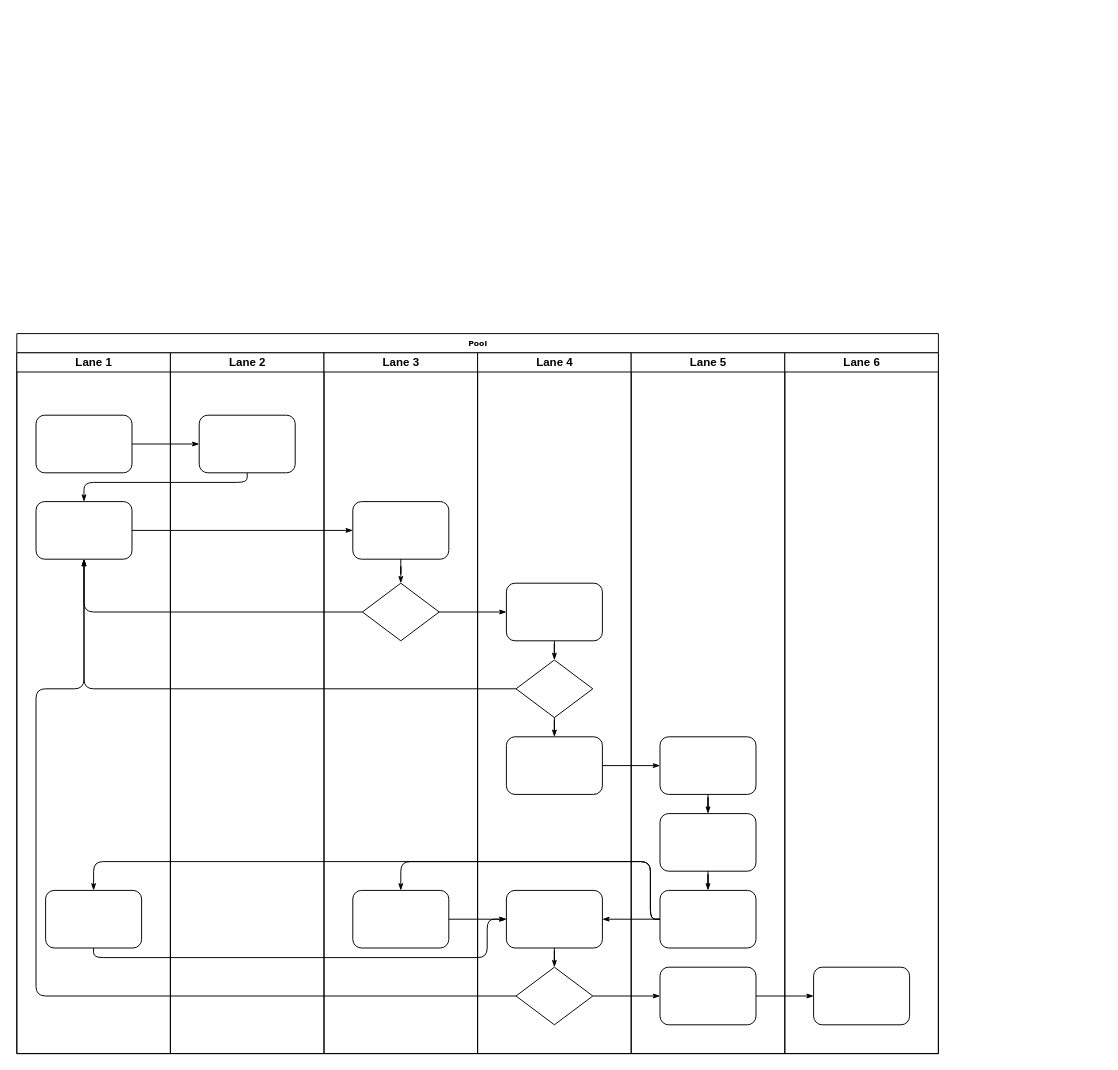
Dsky149/htmlAndCSS keeps this draw.io diagram as .idea/未命名绘图.drawio. Above is the earlier version. Source tidied: cells renumbered, new cells numbered last; positions are measured from the earlier drawing's top-left corner, leaving out a move shared by most shapes. Both pictures are drawn from the tidied source at 96%, with x=0, y=0 at pixel (16, 333).
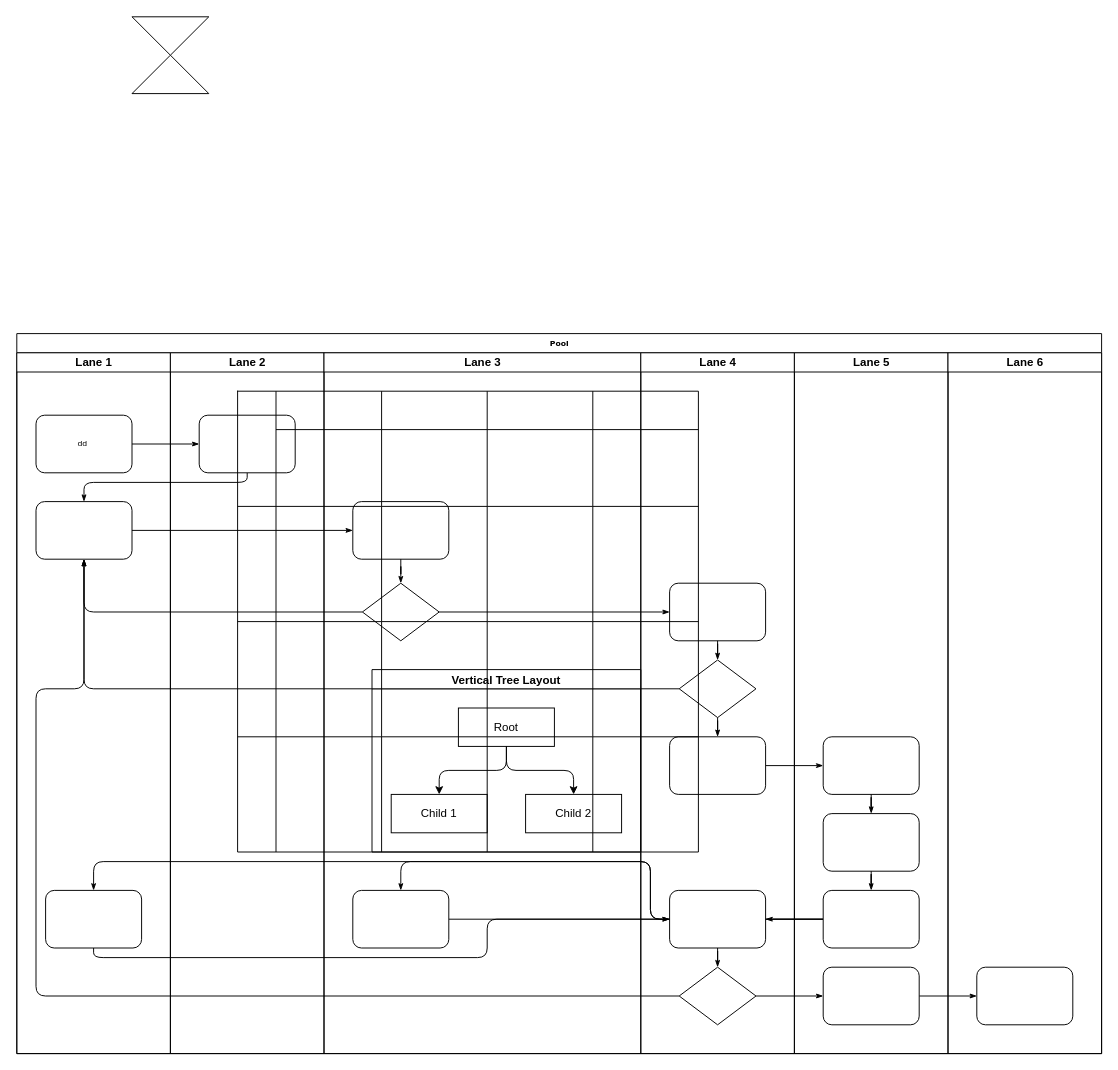
After the change.

Commit message:
更新未命名绘图.drawio

Unchanged cells that the change refers to:
```xml
<mxCell id="3" value="Lane 1" style="swimlane;html=1;startSize=20;" parent="2" vertex="1">
  <mxGeometry y="20" width="160" height="730" as="geometry" />
</mxCell>
```

Change to the diagram source:
```diff
@@
     <mxCell id="2" value="Pool" style="swimlane;html=1;startSize=20;rounded=0;shadow=0;labelBackgroundColor=none;strokeWidth=1;fontFamily=Verdana;fontSize=8;align=center;" parent="1" vertex="1">
-      <mxGeometry width="960" height="750" as="geometry" />
+      <mxGeometry width="1130" height="750" as="geometry" />
     </mxCell>
@@
-    <mxCell id="4" style="rounded=1;whiteSpace=wrap;html=1;shadow=0;labelBackgroundColor=none;strokeWidth=1;fontFamily=Verdana;fontSize=8;align=center;" parent="3" vertex="1">
+    <mxCell id="4" value="dd&amp;nbsp;" style="rounded=1;whiteSpace=wrap;html=1;shadow=0;labelBackgroundColor=none;strokeWidth=1;fontFamily=Verdana;fontSize=8;align=center;" parent="3" vertex="1">
       <mxGeometry x="20" y="65" width="100" height="60" as="geometry" />
     </mxCell>
@@
     <mxCell id="24" value="Lane 3" style="swimlane;html=1;startSize=20;" parent="2" vertex="1">
-      <mxGeometry x="320" y="20" width="160" height="730" as="geometry" />
+      <mxGeometry x="320" y="20" width="330" height="730" as="geometry" />
     </mxCell>
@@
+    <mxCell id="47" value="Vertical Tree Layout" style="swimlane;startSize=20;horizontal=1;horizontalTree=0;containerType=tree;fontSize=12;" parent="24" vertex="1">
+      <mxGeometry x="50" y="330" width="280" height="190" as="geometry" />
+    </mxCell>
+    <mxCell id="48" value="Root" style="whiteSpace=wrap;html=1;" parent="47" vertex="1">
+      <mxGeometry x="90" y="40" width="100" height="40" as="geometry" />
+    </mxCell>
+    <mxCell id="49" value="Child 1" style="whiteSpace=wrap;html=1;" parent="47" vertex="1">
+      <mxGeometry x="20" y="130" width="100" height="40" as="geometry" />
+    </mxCell>
+    <mxCell id="50" style="edgeStyle=elbowEdgeStyle;elbow=vertical;html=1;rounded=1;curved=0;sourcePerimeterSpacing=0;targetPerimeterSpacing=0;startSize=6;endSize=6;" parent="47" edge="1" source="48" target="49">
+      <mxGeometry relative="1" as="geometry" />
+    </mxCell>
+    <mxCell id="51" value="Child 2" style="whiteSpace=wrap;html=1;" parent="47" vertex="1">
+      <mxGeometry x="160" y="130" width="100" height="40" as="geometry" />
+    </mxCell>
+    <mxCell id="52" style="edgeStyle=elbowEdgeStyle;elbow=vertical;html=1;rounded=1;curved=0;sourcePerimeterSpacing=0;targetPerimeterSpacing=0;startSize=6;endSize=6;" parent="47" edge="1" source="48" target="51">
+      <mxGeometry relative="1" as="geometry" />
+    </mxCell>
     <mxCell id="29" value="Lane 4" style="swimlane;html=1;startSize=20;" parent="2" vertex="1">
-      <mxGeometry x="480" y="20" width="160" height="730" as="geometry" />
+      <mxGeometry x="650" y="20" width="160" height="730" as="geometry" />
     </mxCell>
@@
     <mxCell id="38" value="Lane 5" style="swimlane;html=1;startSize=20;" parent="2" vertex="1">
-      <mxGeometry x="640" y="20" width="160" height="730" as="geometry" />
+      <mxGeometry x="810" y="20" width="160" height="730" as="geometry" />
     </mxCell>
@@
     <mxCell id="45" value="Lane 6" style="swimlane;html=1;startSize=20;" parent="2" vertex="1">
-      <mxGeometry x="800" y="20" width="160" height="730" as="geometry" />
+      <mxGeometry x="970" y="20" width="160" height="730" as="geometry" />
     </mxCell>
@@
+    <mxCell id="53" style="shape=table;childLayout=tableLayout;startSize=0;fillColor=none;" parent="1" vertex="1">
+      <mxGeometry x="230" y="60" width="480" height="480" as="geometry" />
+    </mxCell>
+    <mxCell id="54" style="shape=tableRow;horizontal=0;swimlaneHead=0;swimlaneBody=0;top=0;left=0;strokeColor=inherit;bottom=0;right=0;fontStyle=0;fillColor=none;startSize=40;" parent="53" vertex="1">
+      <mxGeometry width="480" height="120" as="geometry" />
+    </mxCell>
+    <mxCell id="55" style="swimlane;swimlaneHead=0;swimlaneBody=0;fontStyle=0;strokeColor=inherit;fillColor=none;startSize=40;" parent="54" vertex="1">
+      <mxGeometry x="40" width="110" height="120" as="geometry" />
+    </mxCell>
+    <mxCell id="56" style="swimlane;swimlaneHead=0;swimlaneBody=0;fontStyle=0;strokeColor=inherit;fillColor=none;startSize=40;" parent="54" vertex="1">
+      <mxGeometry x="150" width="110" height="120" as="geometry" />
+    </mxCell>
+    <mxCell id="57" style="swimlane;swimlaneHead=0;swimlaneBody=0;fontStyle=0;strokeColor=inherit;fillColor=none;startSize=40;" parent="54" vertex="1">
+      <mxGeometry x="260" width="110" height="120" as="geometry" />
+    </mxCell>
+    <mxCell id="58" style="swimlane;swimlaneHead=0;swimlaneBody=0;fontStyle=0;strokeColor=inherit;fillColor=none;startSize=40;" parent="54" vertex="1">
+      <mxGeometry x="370" width="110" height="120" as="geometry" />
+    </mxCell>
+    <mxCell id="59" style="shape=tableRow;horizontal=0;swimlaneHead=0;swimlaneBody=0;top=0;left=0;strokeColor=inherit;bottom=0;right=0;fontStyle=0;fillColor=none;startSize=40;" parent="53" vertex="1">
+      <mxGeometry y="120" width="480" height="120" as="geometry" />
+    </mxCell>
+    <mxCell id="60" style="swimlane;swimlaneHead=0;swimlaneBody=0;fontStyle=0;strokeColor=inherit;fillColor=none;startSize=0;" parent="59" vertex="1">
+      <mxGeometry x="40" width="110" height="120" as="geometry" />
+    </mxCell>
+    <mxCell id="61" style="swimlane;swimlaneHead=0;swimlaneBody=0;fontStyle=0;strokeColor=inherit;fillColor=none;startSize=0;" parent="59" vertex="1">
+      <mxGeometry x="150" width="110" height="120" as="geometry" />
+    </mxCell>
+    <mxCell id="62" style="swimlane;swimlaneHead=0;swimlaneBody=0;fontStyle=0;strokeColor=inherit;fillColor=none;startSize=0;" parent="59" vertex="1">
+      <mxGeometry x="260" width="110" height="120" as="geometry" />
+    </mxCell>
+    <mxCell id="63" style="swimlane;swimlaneHead=0;swimlaneBody=0;fontStyle=0;strokeColor=inherit;fillColor=none;startSize=0;" parent="59" vertex="1">
+      <mxGeometry x="370" width="110" height="120" as="geometry" />
+    </mxCell>
+    <mxCell id="64" style="shape=tableRow;horizontal=0;swimlaneHead=0;swimlaneBody=0;top=0;left=0;strokeColor=inherit;bottom=0;right=0;fontStyle=0;fillColor=none;startSize=40;" parent="53" vertex="1">
+      <mxGeometry y="240" width="480" height="120" as="geometry" />
+    </mxCell>
+    <mxCell id="65" style="swimlane;swimlaneHead=0;swimlaneBody=0;fontStyle=0;strokeColor=inherit;fillColor=none;startSize=0;" parent="64" vertex="1">
+      <mxGeometry x="40" width="110" height="120" as="geometry" />
+    </mxCell>
+    <mxCell id="66" style="swimlane;swimlaneHead=0;swimlaneBody=0;fontStyle=0;strokeColor=inherit;fillColor=none;startSize=0;" parent="64" vertex="1">
+      <mxGeometry x="150" width="110" height="120" as="geometry" />
+    </mxCell>
+    <mxCell id="67" style="swimlane;swimlaneHead=0;swimlaneBody=0;fontStyle=0;strokeColor=inherit;fillColor=none;startSize=0;" parent="64" vertex="1">
+      <mxGeometry x="260" width="110" height="120" as="geometry" />
+    </mxCell>
+    <mxCell id="68" style="swimlane;swimlaneHead=0;swimlaneBody=0;fontStyle=0;strokeColor=inherit;fillColor=none;startSize=0;" parent="64" vertex="1">
+      <mxGeometry x="370" width="110" height="120" as="geometry" />
+    </mxCell>
+    <mxCell id="69" style="shape=tableRow;horizontal=0;swimlaneHead=0;swimlaneBody=0;top=0;left=0;strokeColor=inherit;bottom=0;right=0;fontStyle=0;fillColor=none;startSize=40;" parent="53" vertex="1">
+      <mxGeometry y="360" width="480" height="120" as="geometry" />
+    </mxCell>
+    <mxCell id="70" style="swimlane;swimlaneHead=0;swimlaneBody=0;fontStyle=0;strokeColor=inherit;fillColor=none;startSize=0;" parent="69" vertex="1">
+      <mxGeometry x="40" width="110" height="120" as="geometry" />
+    </mxCell>
+    <mxCell id="71" style="swimlane;swimlaneHead=0;swimlaneBody=0;fontStyle=0;strokeColor=inherit;fillColor=none;startSize=0;" parent="69" vertex="1">
+      <mxGeometry x="150" width="110" height="120" as="geometry" />
+    </mxCell>
+    <mxCell id="72" style="swimlane;swimlaneHead=0;swimlaneBody=0;fontStyle=0;strokeColor=inherit;fillColor=none;startSize=0;" parent="69" vertex="1">
+      <mxGeometry x="260" width="110" height="120" as="geometry" />
+    </mxCell>
+    <mxCell id="73" style="swimlane;swimlaneHead=0;swimlaneBody=0;fontStyle=0;strokeColor=inherit;fillColor=none;startSize=0;" parent="69" vertex="1">
+      <mxGeometry x="370" width="110" height="120" as="geometry" />
+    </mxCell>
+    <mxCell id="74" style="shape=collate;whiteSpace=wrap;html=1;" parent="1" vertex="1">
+      <mxGeometry x="120" y="-330" width="80" height="80" as="geometry" />
+    </mxCell>
```
